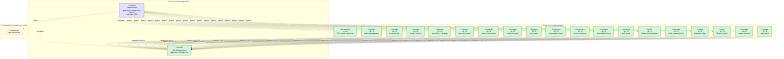
Before: docs/diagrams/suite-architecture.png, a diagram exported from Mermaid (CivicSuite/civicsuite). Its source is kept beside it as docs/diagrams/suite-architecture.mmd.
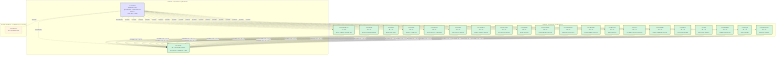
Above is the later version.

Change to the diagram source:
```diff
@@ -23,9 +23,10 @@
         HR["civichr<br/>v0.1.0<br/>HR policy support"]
         Budget["civicbudget<br/>v0.1.0<br/>budget narratives"]
         Legal["civiclegal<br/>v0.1.0<br/>legal records"]
+        Elections["civicelections<br/>v0.1.0<br/>election support"]
     end
     subgraph FUTURE["Future modules - planned, not started"]
-        Elections["civicelections<br/>next planned lane"]
+        Utility["civicutility<br/>next planned lane"]
     end
     SuiteRepo -.documents.-> Core
     SuiteRepo -.documents.-> Records
@@ -48,6 +49,7 @@
     SuiteRepo -.governs.-> Budget
     SuiteRepo -.governs.-> Legal
     SuiteRepo -.governs.-> Elections
+    SuiteRepo -.governs.-> Utility
     Records -->|"depends on ==0.2.0"| Core
     Clerk -->|"depends on ==0.2.0"| Core
     Code -->|"depends on ==0.2.0"| Core
@@ -67,6 +69,7 @@
     HR -->|"depends on ==0.2.0"| Core
     Budget -->|"depends on ==0.2.0"| Core
     Legal -->|"depends on ==0.2.0"| Core
+    Elections -->|"depends on ==0.2.0"| Core
     classDef shipping fill:#d4f4dd,stroke:#3a7a4a,stroke-width:2px,color:#000
     classDef governance fill:#e1e1ff,stroke:#5a5aa0,stroke-width:2px,color:#000
     classDef future fill:#fff4e1,stroke:#a08040,stroke-width:1px,stroke-dasharray:5 5,color:#000
@@ -92,4 +95,5 @@
     class HR shipping
     class Budget shipping
     class Legal shipping
-    class Elections future
+    class Elections shipping
+    class Utility future
```
